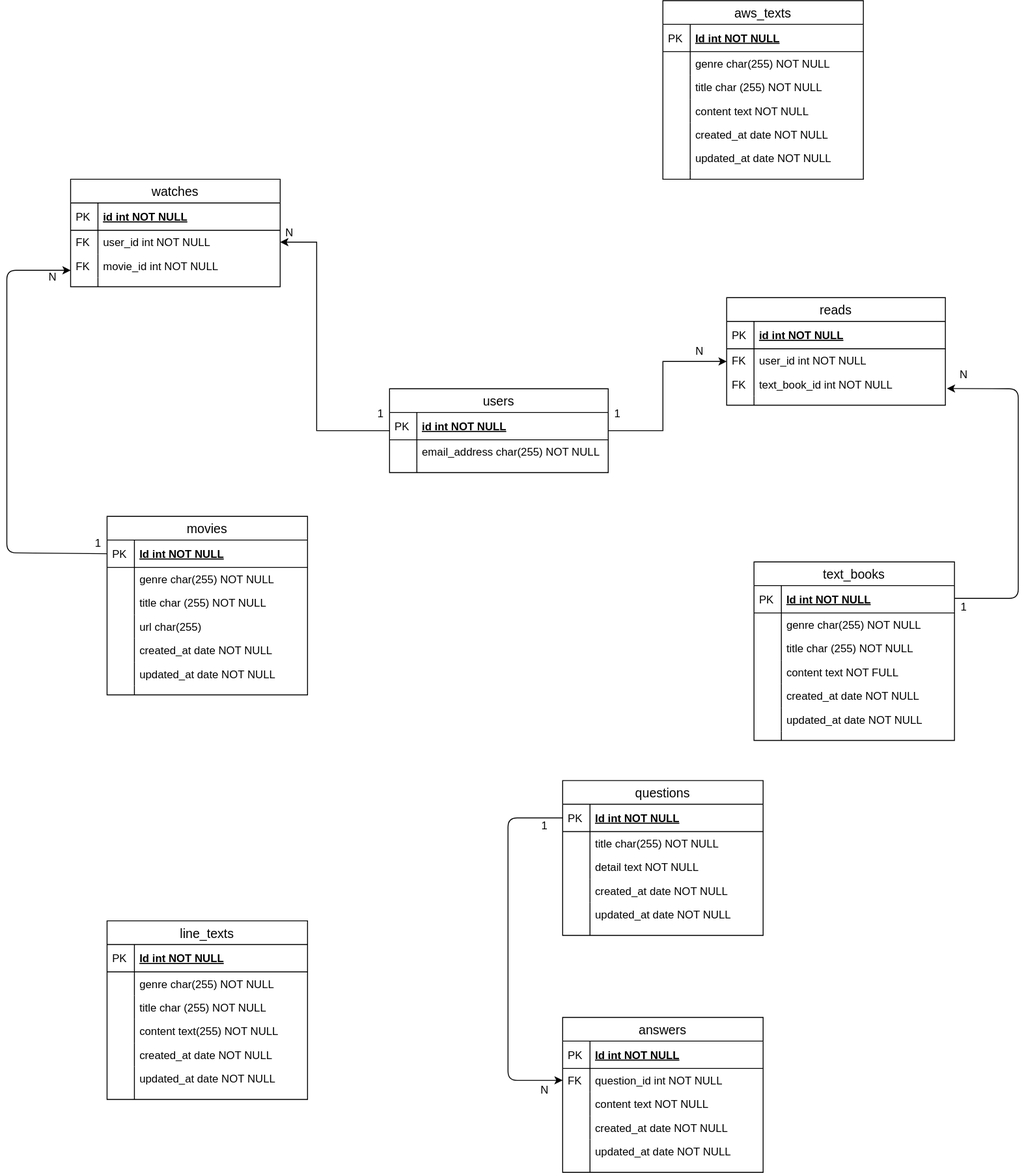
T-Tsujii/gyakuten_clone_group29 keeps this draw.io diagram as gyakuten_clone_app.svg. Above is the earlier version. Source tidied: cells renumbered, new cells last; positions are measured from the earlier drawing's top-left corner, leaving out a move shared by most shapes.
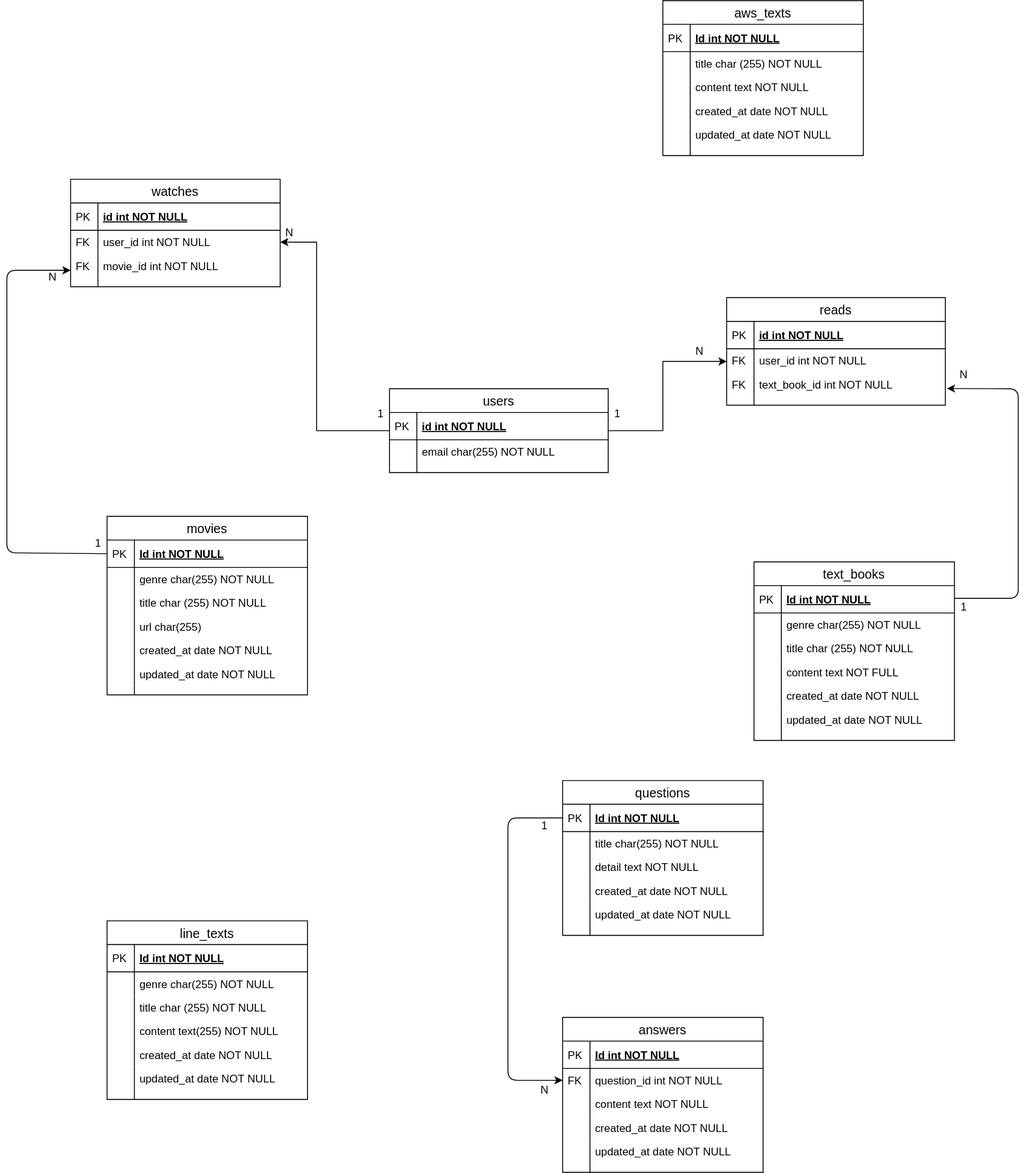
Above is the later version.

What changed in the source:
```diff
@@ -293,7 +293,7 @@
       <mxGeometry width="30" height="10" as="geometry" />
     </mxCell>
     <mxCell id="92" value="aws_texts" style="swimlane;fontStyle=0;horizontal=1;startSize=26;align=center;fontSize=14;" parent="1" vertex="1">
-      <mxGeometry x="720" width="220" height="196" as="geometry" />
+      <mxGeometry x="720" width="220" height="170" as="geometry" />
     </mxCell>
     <mxCell id="93" value="Id int NOT NULL" style="shape=partialRectangle;top=0;left=0;right=0;bottom=1;align=left;verticalAlign=middle;fillColor=none;spacingLeft=34;spacingRight=4;overflow=hidden;fontStyle=5;fontSize=12;" parent="92" vertex="1">
       <mxGeometry y="26" width="220" height="30" as="geometry" />
@@ -301,38 +301,32 @@
     <mxCell id="94" value="PK" style="shape=partialRectangle;top=0;left=0;bottom=0;fillColor=none;align=left;verticalAlign=middle;spacingLeft=4;spacingRight=4;overflow=hidden;fontSize=12;" parent="93" vertex="1">
       <mxGeometry width="30" height="30" as="geometry" />
     </mxCell>
-    <mxCell id="95" value="genre char(255) NOT NULL&#10;" style="shape=partialRectangle;top=0;left=0;right=0;bottom=0;align=left;verticalAlign=top;fillColor=none;spacingLeft=34;spacingRight=4;overflow=hidden;fontSize=12;" parent="92" vertex="1">
-      <mxGeometry y="56" width="220" height="26" as="geometry" />
-    </mxCell>
-    <mxCell id="96" style="shape=partialRectangle;top=0;left=0;bottom=0;fillColor=none;align=left;verticalAlign=top;spacingLeft=4;spacingRight=4;overflow=hidden;fontSize=12;" parent="95" vertex="1">
-      <mxGeometry width="30" height="26" as="geometry" />
-    </mxCell>
     <mxCell id="97" value="title char (255) NOT NULL&#10;" style="shape=partialRectangle;top=0;left=0;right=0;bottom=0;align=left;verticalAlign=top;fillColor=none;spacingLeft=34;spacingRight=4;overflow=hidden;fontSize=12;" parent="92" vertex="1">
-      <mxGeometry y="82" width="220" height="26" as="geometry" />
+      <mxGeometry y="56" width="220" height="26" as="geometry" />
     </mxCell>
     <mxCell id="98" style="shape=partialRectangle;top=0;left=0;bottom=0;fillColor=none;align=left;verticalAlign=top;spacingLeft=4;spacingRight=4;overflow=hidden;fontSize=12;" parent="97" vertex="1">
       <mxGeometry width="30" height="26" as="geometry" />
     </mxCell>
     <mxCell id="99" value="content text NOT NULL" style="shape=partialRectangle;top=0;left=0;right=0;bottom=0;align=left;verticalAlign=top;fillColor=none;spacingLeft=34;spacingRight=4;overflow=hidden;fontSize=12;" parent="92" vertex="1">
-      <mxGeometry y="108" width="220" height="26" as="geometry" />
+      <mxGeometry y="82" width="220" height="26" as="geometry" />
     </mxCell>
     <mxCell id="100" style="shape=partialRectangle;top=0;left=0;bottom=0;fillColor=none;align=left;verticalAlign=top;spacingLeft=4;spacingRight=4;overflow=hidden;fontSize=12;" parent="99" vertex="1">
       <mxGeometry width="30" height="26" as="geometry" />
     </mxCell>
     <mxCell id="101" value="created_at date NOT NULL" style="shape=partialRectangle;top=0;left=0;right=0;bottom=0;align=left;verticalAlign=top;fillColor=none;spacingLeft=34;spacingRight=4;overflow=hidden;fontSize=12;" parent="92" vertex="1">
-      <mxGeometry y="134" width="220" height="26" as="geometry" />
+      <mxGeometry y="108" width="220" height="26" as="geometry" />
     </mxCell>
     <mxCell id="102" style="shape=partialRectangle;top=0;left=0;bottom=0;fillColor=none;align=left;verticalAlign=top;spacingLeft=4;spacingRight=4;overflow=hidden;fontSize=12;" parent="101" vertex="1">
       <mxGeometry width="30" height="26" as="geometry" />
     </mxCell>
     <mxCell id="103" value="updated_at date NOT NULL" style="shape=partialRectangle;top=0;left=0;right=0;bottom=0;align=left;verticalAlign=top;fillColor=none;spacingLeft=34;spacingRight=4;overflow=hidden;fontSize=12;" parent="92" vertex="1">
-      <mxGeometry y="160" width="220" height="26" as="geometry" />
+      <mxGeometry y="134" width="220" height="26" as="geometry" />
     </mxCell>
     <mxCell id="104" style="shape=partialRectangle;top=0;left=0;bottom=0;fillColor=none;align=left;verticalAlign=top;spacingLeft=4;spacingRight=4;overflow=hidden;fontSize=12;" parent="103" vertex="1">
       <mxGeometry width="30" height="26" as="geometry" />
     </mxCell>
     <mxCell id="105" style="shape=partialRectangle;top=0;left=0;right=0;bottom=0;align=left;verticalAlign=top;fillColor=none;spacingLeft=34;spacingRight=4;overflow=hidden;fontSize=12;" parent="92" vertex="1">
-      <mxGeometry y="186" width="220" height="10" as="geometry" />
+      <mxGeometry y="160" width="220" height="10" as="geometry" />
     </mxCell>
     <mxCell id="106" style="shape=partialRectangle;top=0;left=0;bottom=0;fillColor=none;align=left;verticalAlign=top;spacingLeft=4;spacingRight=4;overflow=hidden;fontSize=12;" parent="105" vertex="1">
       <mxGeometry width="30" height="10" as="geometry" />
@@ -394,7 +388,7 @@
     <mxCell id="123" value="PK" style="shape=partialRectangle;top=0;left=0;bottom=0;fillColor=none;align=left;verticalAlign=middle;spacingLeft=4;spacingRight=4;overflow=hidden;fontSize=12;" parent="122" vertex="1">
       <mxGeometry width="30" height="30" as="geometry" />
     </mxCell>
-    <mxCell id="124" value="email_address char(255) NOT NULL&#10;" style="shape=partialRectangle;top=0;left=0;right=0;bottom=0;align=left;verticalAlign=top;fillColor=none;spacingLeft=34;spacingRight=4;overflow=hidden;fontSize=12;" parent="121" vertex="1">
+    <mxCell id="124" value="email char(255) NOT NULL&#10;" style="shape=partialRectangle;top=0;left=0;right=0;bottom=0;align=left;verticalAlign=top;fillColor=none;spacingLeft=34;spacingRight=4;overflow=hidden;fontSize=12;" parent="121" vertex="1">
       <mxGeometry y="56" width="240" height="26" as="geometry" />
     </mxCell>
     <mxCell id="125" style="shape=partialRectangle;top=0;left=0;bottom=0;fillColor=none;align=left;verticalAlign=top;spacingLeft=4;spacingRight=4;overflow=hidden;fontSize=12;" parent="124" vertex="1">
```
